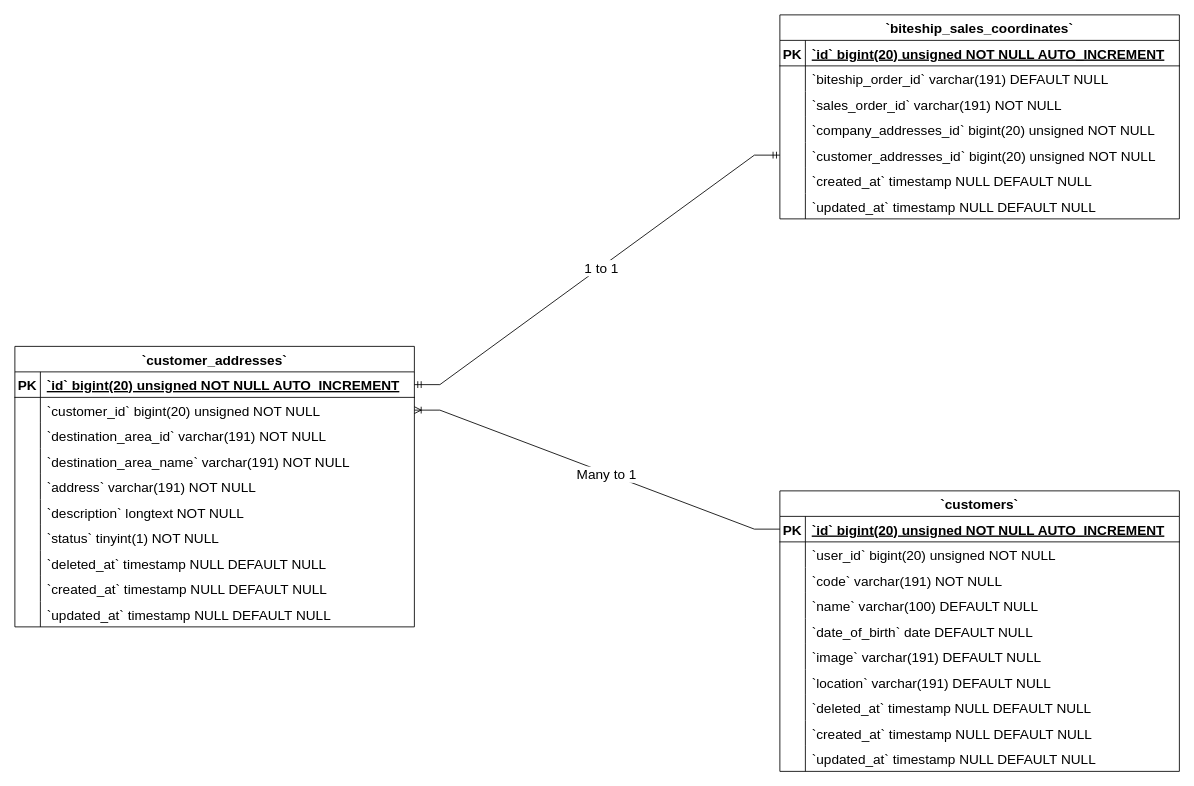
The draw.io diagram Customer Addresses ERD Diagram.drawio in Simasco/diagram, before the edit. Source tidied: cells renumbered, new cells numbered last; positions are measured from the earlier drawing's top-left corner, leaving out a move shared by most shapes. Both pictures are drawn from the tidied source at 85%, with x=0, y=0 at pixel (14, 14).
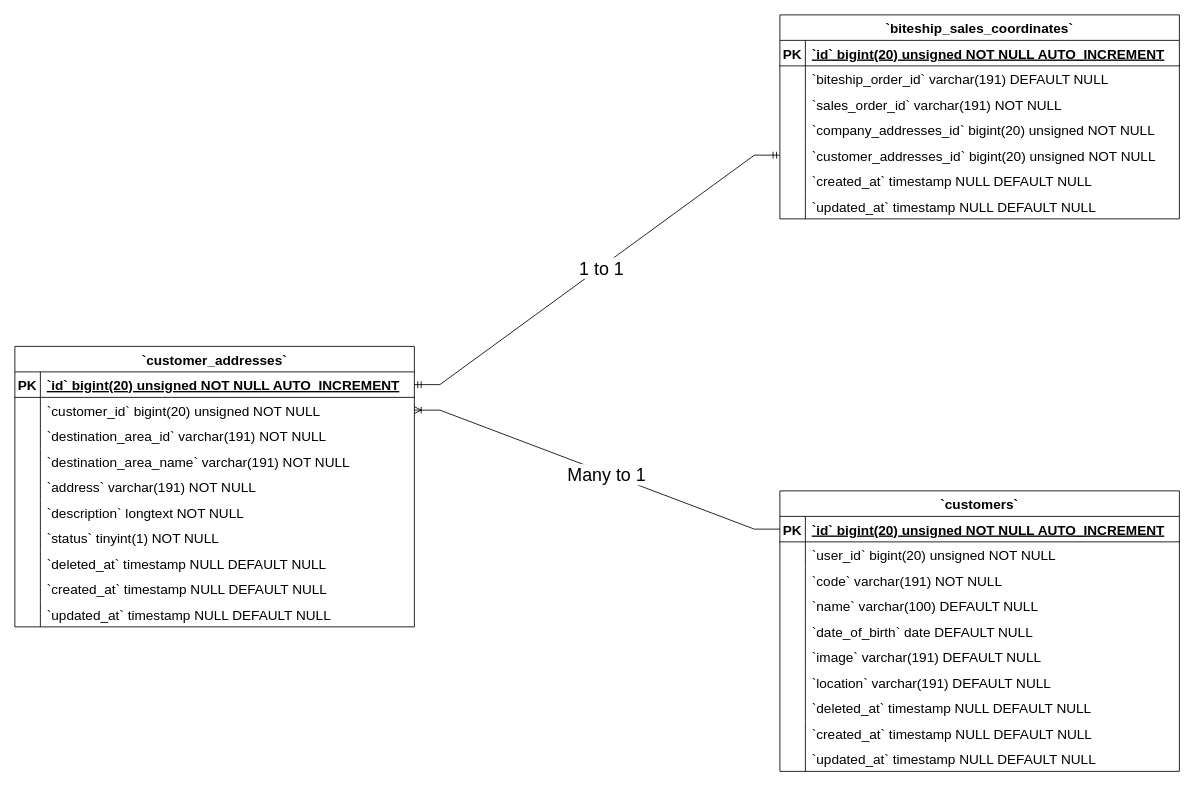
Above is the later version.

Unchanged cells that the change refers to:
```xml
<mxCell id="86" style="edgeStyle=entityRelationEdgeStyle;fontSize=16;html=1;endArrow=ERoneToMany;rounded=0;exitX=0;exitY=0.5;exitDx=0;exitDy=0;" parent="1" edge="1" source="34" target="6">
  <mxGeometry relative="1" as="geometry" />
</mxCell>
<mxCell id="88" style="edgeStyle=entityRelationEdgeStyle;fontSize=16;html=1;endArrow=ERmandOne;startArrow=ERmandOne;rounded=0;entryX=0;entryY=0.5;entryDx=0;entryDy=0;" parent="1" edge="1" source="3" target="77">
  <mxGeometry relative="1" as="geometry" />
</mxCell>
```

What changed in the source:
```diff
@@
-    <mxCell id="87" value="&lt;font style=&quot;font-size: 16px;&quot;&gt;Many to 1&lt;/font&gt;" style="edgeLabel;html=1;align=center;verticalAlign=middle;fontSize=16;" parent="86" vertex="1">
+    <mxCell id="87" value="&lt;font style=&quot;font-size: 21px;&quot;&gt;Many to 1&lt;/font&gt;" style="edgeLabel;html=1;align=center;verticalAlign=middle;fontSize=21;" parent="86" vertex="1">
       <mxGeometry x="-0.05" y="1" relative="1" as="geometry" />
     </mxCell>
@@
-    <mxCell id="89" value="&lt;font style=&quot;font-size: 16px;&quot;&gt;1 to 1&lt;/font&gt;" style="edgeLabel;html=1;align=center;verticalAlign=middle;fontSize=16;" parent="88" vertex="1">
+    <mxCell id="89" value="&lt;font style=&quot;font-size: 21px;&quot;&gt;1 to 1&lt;/font&gt;" style="edgeLabel;html=1;align=center;verticalAlign=middle;fontSize=21;" parent="88" vertex="1">
       <mxGeometry x="0.02" y="-1" relative="1" as="geometry" />
     </mxCell>
```
